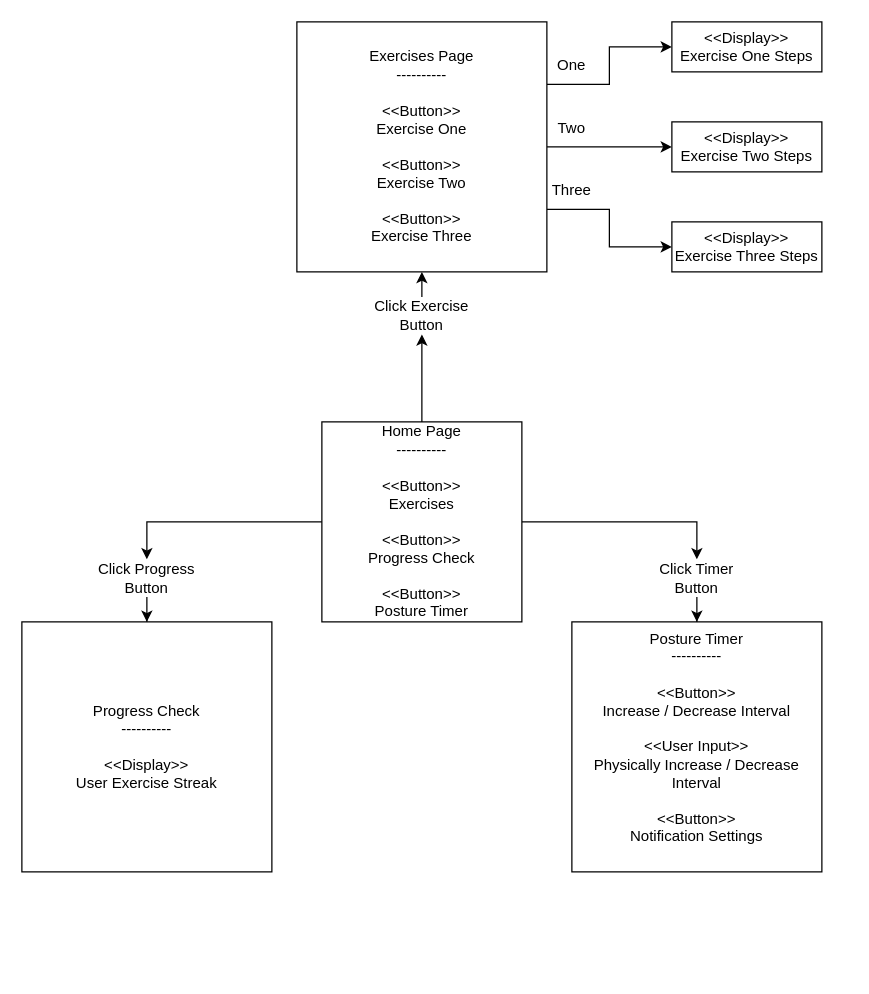
This is Git_Assign/Designs/Navigation Diagram.drawio from Deejayayay/CSC3220_T2, a draw.io file, before an edit. Source tidied: cells renumbered, new cells numbered last; positions are measured from the earlier drawing's top-left corner, leaving out a move shared by most shapes. Both pictures are drawn from the tidied source at 125%, with x=0, y=0 at pixel (21, 21).
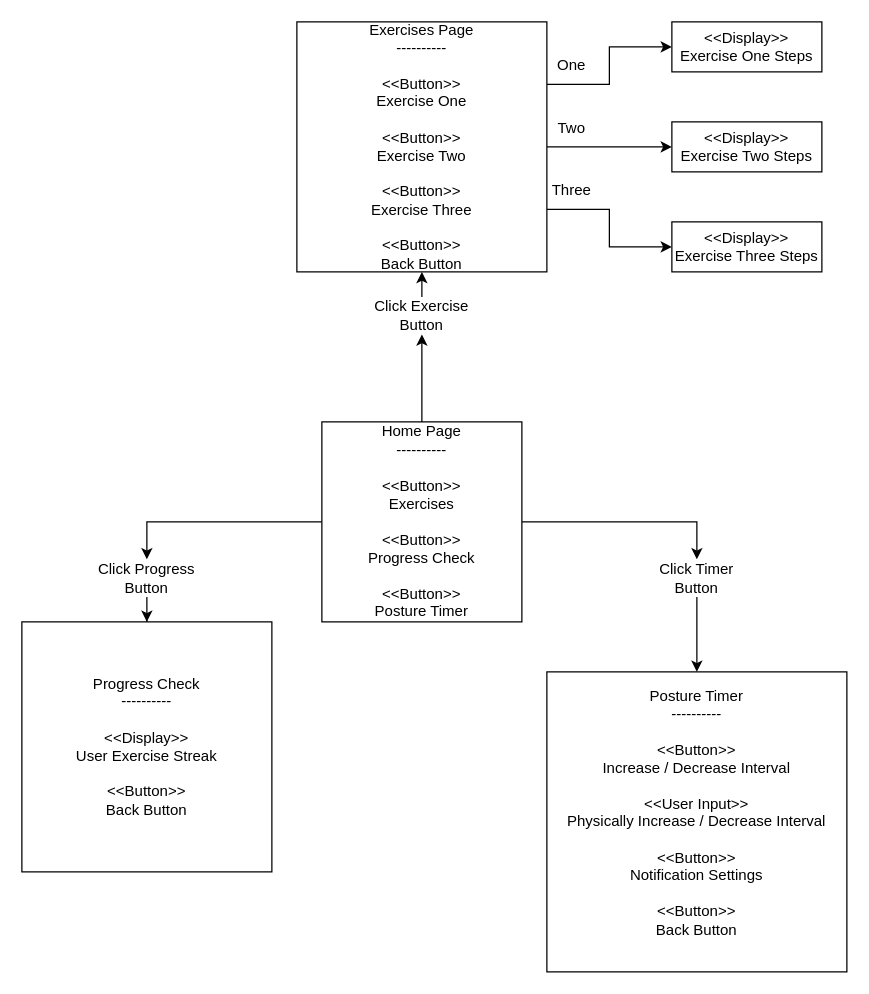
After the change.

The edit, as a diff of the source:
```diff
@@
-    <mxCell id="6" value="&lt;div&gt;Posture Timer&lt;/div&gt;&lt;div&gt;----------&lt;/div&gt;&lt;div&gt;&lt;br&gt;&lt;/div&gt;&lt;div&gt;&amp;lt;&amp;lt;Button&amp;gt;&amp;gt;&lt;/div&gt;&lt;div&gt;Increase / Decrease Interval&lt;/div&gt;&lt;div&gt;&lt;br&gt;&lt;/div&gt;&lt;div&gt;&amp;lt;&amp;lt;User Input&amp;gt;&amp;gt;&lt;/div&gt;&lt;div&gt;Physically Increase / Decrease Interval&lt;/div&gt;&lt;div&gt;&lt;br&gt;&lt;/div&gt;&lt;div&gt;&amp;lt;&amp;lt;Button&amp;gt;&amp;gt;&lt;/div&gt;&lt;div&gt;Notification Settings&lt;/div&gt;&lt;div&gt;&lt;br&gt;&lt;/div&gt;" style="whiteSpace=wrap;html=1;" parent="1" vertex="1">
-      <mxGeometry x="440" y="480" width="200" height="200" as="geometry" />
+    <mxCell id="6" value="&lt;div&gt;Posture Timer&lt;/div&gt;&lt;div&gt;----------&lt;/div&gt;&lt;div&gt;&lt;br&gt;&lt;/div&gt;&lt;div&gt;&amp;lt;&amp;lt;Button&amp;gt;&amp;gt;&lt;/div&gt;&lt;div&gt;Increase / Decrease Interval&lt;/div&gt;&lt;div&gt;&lt;br&gt;&lt;/div&gt;&lt;div&gt;&amp;lt;&amp;lt;User Input&amp;gt;&amp;gt;&lt;/div&gt;&lt;div&gt;Physically Increase / Decrease Interval&lt;/div&gt;&lt;div&gt;&lt;br&gt;&lt;/div&gt;&lt;div&gt;&amp;lt;&amp;lt;Button&amp;gt;&amp;gt;&lt;/div&gt;&lt;div&gt;Notification Settings&lt;/div&gt;&lt;div&gt;&lt;br&gt;&lt;/div&gt;&lt;div&gt;&amp;lt;&amp;lt;Button&amp;gt;&amp;gt;&lt;/div&gt;&lt;div&gt;Back Button&lt;/div&gt;&lt;div&gt;&lt;br&gt;&lt;/div&gt;" style="whiteSpace=wrap;html=1;" parent="1" vertex="1">
+      <mxGeometry x="420" y="520" width="240" height="240" as="geometry" />
     </mxCell>
-    <mxCell id="7" value="&lt;div&gt;Progress Check&lt;/div&gt;&lt;div&gt;----------&lt;/div&gt;&lt;div&gt;&lt;br&gt;&lt;/div&gt;&lt;div&gt;&amp;lt;&amp;lt;Display&amp;gt;&amp;gt;&lt;/div&gt;&lt;div&gt;User Exercise Streak&lt;/div&gt;" style="whiteSpace=wrap;html=1;" parent="1" vertex="1">
+    <mxCell id="7" value="&lt;div&gt;Progress Check&lt;/div&gt;&lt;div&gt;----------&lt;/div&gt;&lt;div&gt;&lt;br&gt;&lt;/div&gt;&lt;div&gt;&amp;lt;&amp;lt;Display&amp;gt;&amp;gt;&lt;/div&gt;&lt;div&gt;User Exercise Streak&lt;/div&gt;&lt;div&gt;&lt;br&gt;&lt;/div&gt;&lt;div&gt;&amp;lt;&amp;lt;Button&amp;gt;&amp;gt;&lt;/div&gt;&lt;div&gt;Back Button&lt;/div&gt;" style="whiteSpace=wrap;html=1;" parent="1" vertex="1">
       <mxGeometry y="480" width="200" height="200" as="geometry" />
     </mxCell>
@@
-    <mxCell id="11" value="Exercises Page&lt;br&gt;----------&lt;br&gt;&lt;br&gt;&amp;lt;&amp;lt;Button&amp;gt;&amp;gt;&lt;br&gt;Exercise One&lt;br&gt;&lt;br&gt;&amp;lt;&amp;lt;Button&amp;gt;&amp;gt;&lt;br&gt;Exercise Two&lt;br&gt;&lt;br&gt;&amp;lt;&amp;lt;Button&amp;gt;&amp;gt;&lt;br&gt;Exercise Three" style="whiteSpace=wrap;html=1;" parent="1" vertex="1">
+    <mxCell id="11" value="Exercises Page&lt;br&gt;----------&lt;br&gt;&lt;br&gt;&amp;lt;&amp;lt;Button&amp;gt;&amp;gt;&lt;br&gt;Exercise One&lt;br&gt;&lt;br&gt;&amp;lt;&amp;lt;Button&amp;gt;&amp;gt;&lt;br&gt;Exercise Two&lt;br&gt;&lt;br&gt;&amp;lt;&amp;lt;Button&amp;gt;&amp;gt;&lt;br&gt;Exercise Three&lt;br&gt;&lt;br&gt;&amp;lt;&amp;lt;Button&amp;gt;&amp;gt;&lt;br&gt;Back Button" style="whiteSpace=wrap;html=1;" parent="1" vertex="1">
       <mxGeometry x="220" width="200" height="200" as="geometry" />
     </mxCell>
```
